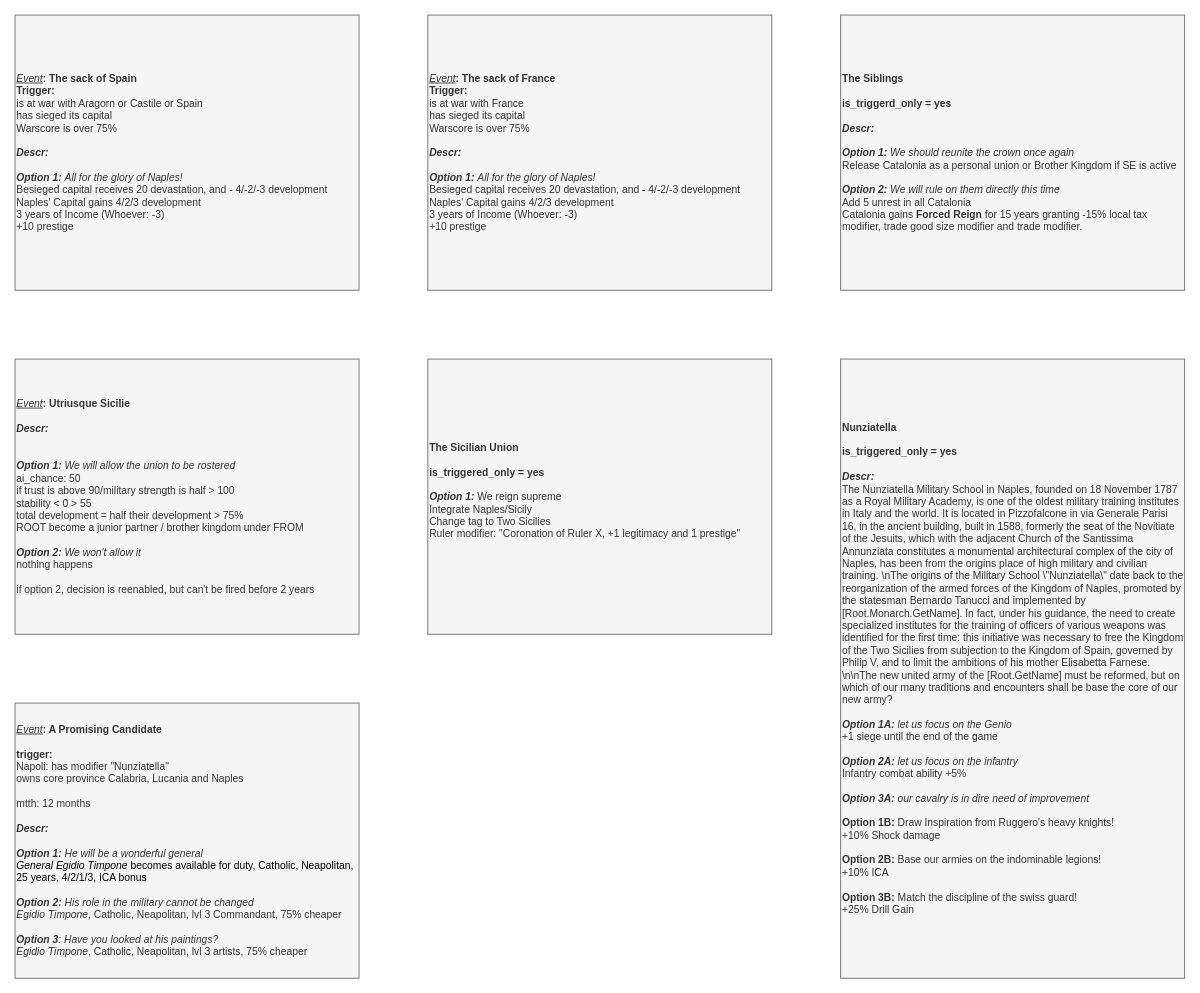
The draw.io diagram page "Event" (3 of 6) of It's Pizza and Cannoli Time/It's Pizza and Cannoli Time.drawio in Melvasul/Missions-Expanded, before the edit. Source tidied: cells renumbered, new cells numbered last; positions are measured from the earlier drawing's top-left corner, leaving out a move shared by most shapes. Both pictures are drawn from the tidied source at 86%, with x=0, y=0 at pixel (15, 15).
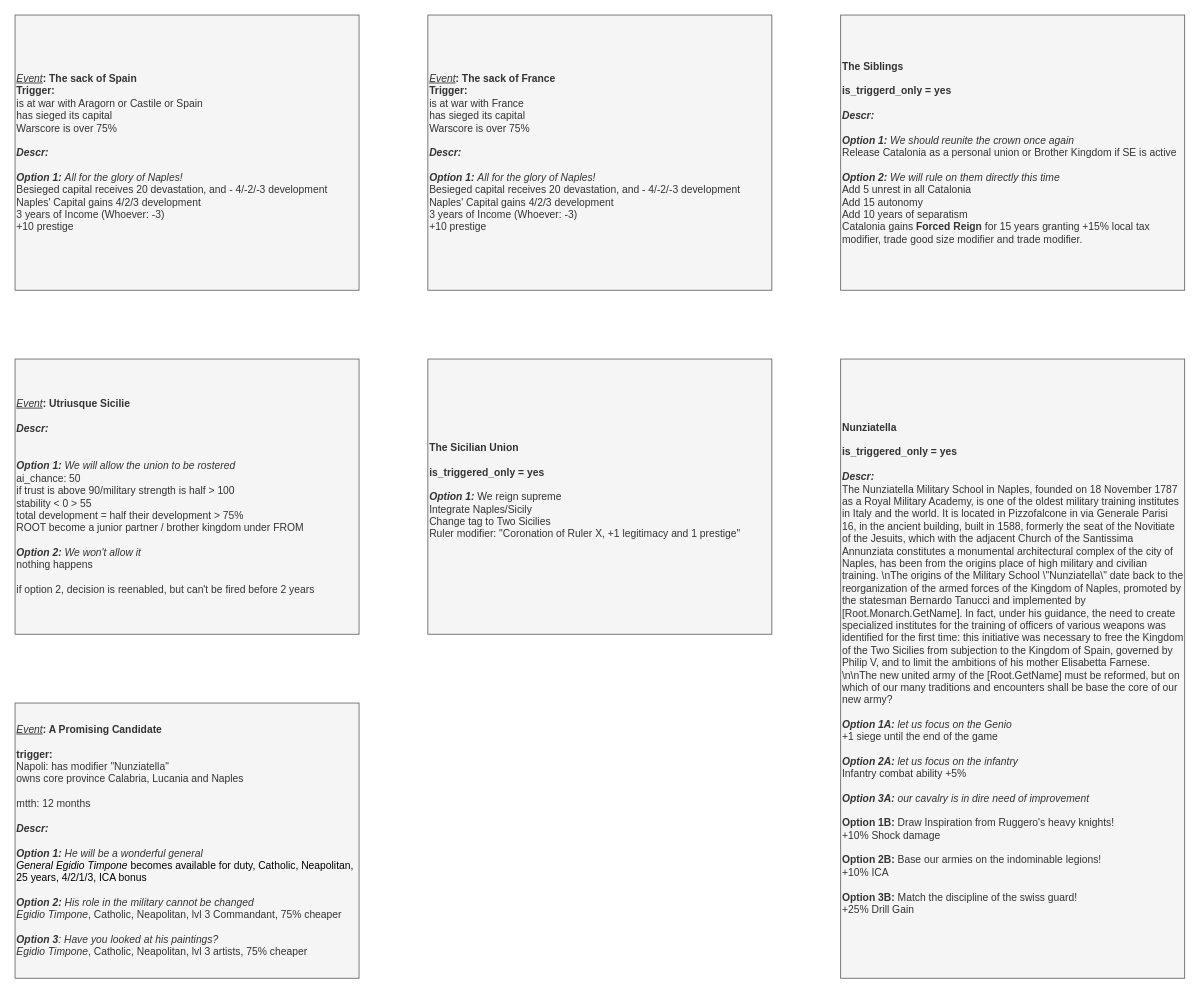
Above is the later version.

Change to the diagram source:
```diff
@@
 <mxGraphModel>
   <root>
     <mxCell id="0" />
     <mxCell id="1" parent="0" />
     <mxCell id="2" value="&lt;div style=&quot;font-size: 12px&quot;&gt;&lt;i style=&quot;font-size: 12px&quot;&gt;&lt;u style=&quot;font-size: 12px&quot;&gt;Event&lt;/u&gt;&lt;/i&gt;&lt;b style=&quot;font-size: 12px&quot;&gt;: Utriusque Sicilie&lt;/b&gt;&lt;/div&gt;&lt;div style=&quot;font-size: 12px&quot;&gt;&lt;b style=&quot;font-size: 12px&quot;&gt;&lt;br style=&quot;font-size: 12px&quot;&gt;&lt;/b&gt;&lt;/div&gt;&lt;div style=&quot;font-size: 12px&quot;&gt;&lt;font style=&quot;font-size: 12px&quot;&gt;&lt;div style=&quot;font-size: 12px&quot;&gt;&lt;b style=&quot;font-size: 12px&quot;&gt;&lt;i style=&quot;font-size: 12px&quot;&gt;Descr:&amp;nbsp;&lt;/i&gt;&lt;/b&gt;&lt;/div&gt;&lt;div style=&quot;font-size: 12px&quot;&gt;&lt;br&gt;&lt;/div&gt;&lt;div style=&quot;font-size: 12px&quot;&gt;&lt;br&gt;&lt;/div&gt;&lt;/font&gt;&lt;/div&gt;&lt;div style=&quot;font-size: 12px&quot;&gt;&lt;/div&gt;&lt;font style=&quot;font-size: 12px&quot;&gt;&lt;b style=&quot;font-size: 12px ; font-style: italic&quot;&gt;Option 1:&lt;/b&gt;&lt;span style=&quot;font-size: 12px ; font-style: italic&quot;&gt; &lt;/span&gt;&lt;i&gt;We will allow the union to be rostered&lt;br&gt;&lt;/i&gt;ai_chance: 50&lt;br&gt;if trust is above 90/military strength is half &amp;gt; 100&lt;br&gt;stability &amp;lt; 0 &amp;gt; 55&lt;br&gt;total development = half their development &amp;gt; 75%&lt;br&gt;ROOT become a junior partner / brother kingdom under FROM&lt;br&gt;&lt;br style=&quot;font-size: 12px&quot;&gt;&lt;span style=&quot;font-size: 12px&quot;&gt;&lt;i style=&quot;font-size: 12px&quot;&gt;&lt;b style=&quot;font-size: 12px&quot;&gt;Option 2:&lt;/b&gt;&amp;nbsp;&lt;/i&gt;&lt;span style=&quot;font-size: 12px&quot;&gt;&lt;i&gt;We won't allow it&lt;/i&gt;&lt;/span&gt;&lt;/span&gt;&lt;div style=&quot;font-size: 12px&quot;&gt;nothing happens&lt;/div&gt;&lt;div style=&quot;font-size: 12px&quot;&gt;&lt;br&gt;&lt;/div&gt;&lt;div style=&quot;font-size: 12px&quot;&gt;if option 2, decision is reenabled, but can't be fired before 2 years&lt;/div&gt;&lt;/font&gt;" style="rounded=0;whiteSpace=wrap;html=1;align=left;fontSize=12;fillColor=#f5f5f5;strokeColor=#666666;fontColor=#333333;" parent="1" vertex="1">
       <mxGeometry y="400" width="400" height="320" as="geometry" />
     </mxCell>
     <mxCell id="3" value="&lt;div style=&quot;font-size: 12px&quot;&gt;&lt;i style=&quot;font-size: 12px&quot;&gt;&lt;u style=&quot;font-size: 12px&quot;&gt;Event&lt;/u&gt;&lt;/i&gt;&lt;b style=&quot;font-size: 12px&quot;&gt;: A Promising Candidate&lt;/b&gt;&lt;/div&gt;&lt;div style=&quot;font-size: 12px&quot;&gt;&lt;b style=&quot;font-size: 12px&quot;&gt;&lt;br style=&quot;font-size: 12px&quot;&gt;&lt;/b&gt;&lt;/div&gt;&lt;div style=&quot;font-size: 12px&quot;&gt;&lt;span style=&quot;font-size: 12px&quot;&gt;&lt;b&gt;trigger:&lt;/b&gt;&amp;nbsp;&lt;/span&gt;&lt;/div&gt;&lt;div style=&quot;font-size: 12px&quot;&gt;&lt;span style=&quot;font-size: 12px&quot;&gt;Napoli: has modifier &quot;Nunziatella&quot;&lt;/span&gt;&lt;/div&gt;&lt;div style=&quot;font-size: 12px&quot;&gt;&lt;span style=&quot;font-size: 12px&quot;&gt;owns core province Calabria, Lucania and Naples&lt;/span&gt;&lt;/div&gt;&lt;div style=&quot;font-size: 12px&quot;&gt;&lt;span style=&quot;font-size: 12px&quot;&gt;&lt;br&gt;&lt;/span&gt;&lt;/div&gt;&lt;div style=&quot;font-size: 12px&quot;&gt;&lt;span style=&quot;font-size: 12px&quot;&gt;mtth: 12 months&lt;/span&gt;&lt;/div&gt;&lt;div style=&quot;font-size: 12px&quot;&gt;&lt;b style=&quot;font-size: 12px&quot;&gt;&lt;br&gt;&lt;/b&gt;&lt;/div&gt;&lt;div style=&quot;font-size: 12px&quot;&gt;&lt;font style=&quot;font-size: 12px&quot;&gt;&lt;div style=&quot;font-size: 12px&quot;&gt;&lt;b style=&quot;font-size: 12px&quot;&gt;&lt;i style=&quot;font-size: 12px&quot;&gt;Descr:&amp;nbsp;&lt;/i&gt;&lt;/b&gt;&lt;/div&gt;&lt;div style=&quot;font-size: 12px&quot;&gt;&lt;br&gt;&lt;/div&gt;&lt;/font&gt;&lt;/div&gt;&lt;div style=&quot;font-size: 12px&quot;&gt;&lt;/div&gt;&lt;font style=&quot;font-size: 12px&quot;&gt;&lt;b style=&quot;font-size: 12px ; font-style: italic&quot;&gt;Option 1:&lt;/b&gt;&lt;span style=&quot;font-size: 12px ; font-style: italic&quot;&gt;&amp;nbsp;He will be a wonderful general&lt;/span&gt;&lt;br class=&quot;Apple-interchange-newline&quot;&gt;&lt;i&gt;&lt;span style=&quot;color: rgb(0 , 0 , 0)&quot;&gt;General&amp;nbsp;&lt;/span&gt;&lt;span style=&quot;color: rgb(0 , 0 , 0)&quot;&gt;Egidio Timpone&lt;/span&gt;&lt;/i&gt;&lt;span style=&quot;color: rgb(0 , 0 , 0)&quot;&gt;&amp;nbsp;becomes available for duty, Catholic, Neapolitan, 25 years, 4/2/1/3, ICA bonus&lt;/span&gt;&lt;br&gt;&lt;br style=&quot;font-size: 12px&quot;&gt;&lt;span style=&quot;font-size: 12px&quot;&gt;&lt;span style=&quot;font-size: 12px&quot;&gt;&lt;b style=&quot;font-style: italic ; font-size: 12px&quot;&gt;Option 2:&lt;/b&gt;&lt;i&gt;&amp;nbsp;His role in the military cannot be changed&lt;/i&gt;&lt;br&gt;&lt;i&gt;Egidio Timpone&lt;/i&gt;, Catholic, Neapolitan, lvl 3 Commandant, 75% cheaper&lt;br&gt;&lt;br&gt;&lt;b style=&quot;font-style: italic&quot;&gt;Option 3&lt;/b&gt;&lt;i&gt;: Have you looked at his paintings?&lt;/i&gt;&lt;br&gt;&lt;i&gt;Egidio Timpone&lt;/i&gt;, Catholic, Neapolitan, lvl 3 artists, 75% cheaper&lt;br&gt;&lt;/span&gt;&lt;/span&gt;&lt;/font&gt;" style="rounded=0;whiteSpace=wrap;html=1;align=left;fontSize=12;fillColor=#f5f5f5;strokeColor=#666666;fontColor=#333333;" parent="1" vertex="1">
       <mxGeometry y="800" width="400" height="320" as="geometry" />
     </mxCell>
     <mxCell id="4" value="&lt;div style=&quot;font-size: 12px&quot;&gt;&lt;b&gt;Nunziatella&lt;/b&gt;&lt;/div&gt;&lt;div style=&quot;font-size: 12px&quot;&gt;&lt;br&gt;&lt;/div&gt;&lt;div style=&quot;font-size: 12px&quot;&gt;&lt;b&gt;is_triggered_only = yes&lt;/b&gt;&lt;/div&gt;&lt;div style=&quot;font-size: 12px&quot;&gt;&lt;b&gt;&lt;br&gt;&lt;/b&gt;&lt;/div&gt;&lt;div&gt;&lt;font&gt;&lt;div style=&quot;font-size: 12px&quot;&gt;&lt;b style=&quot;font-size: 12px&quot;&gt;&lt;i style=&quot;font-size: 12px&quot;&gt;Descr:&lt;/i&gt;&lt;/b&gt;&lt;/div&gt;&lt;div&gt;The Nunziatella Military School in Naples, founded on 18 November 1787 as a Royal Military Academy, is one of the oldest military training institutes in Italy and the world. It is located in Pizzofalcone in via Generale Parisi 16, in the ancient building, built in 1588, formerly the seat of the Novitiate of the Jesuits, which with the adjacent Church of the Santissima Annunziata constitutes a monumental architectural complex of the city of Naples, has been from the origins place of high military and civilian training. \n&lt;span&gt;The origins of the Military School \&quot;Nunziatella\&quot; date back to the reorganization of the armed forces of the Kingdom of Naples, promoted by the statesman Bernardo Tanucci and implemented by [Root.Monarch.GetName]. In fact, under his guidance, the need to create specialized institutes for the training of officers of various weapons was identified for the first time: this initiative was necessary to free the Kingdom of the Two Sicilies from subjection to the Kingdom of Spain, governed by Philip V, and to limit the ambitions of his mother Elisabetta Farnese. \n\n&lt;/span&gt;&lt;span&gt;The new united army of the [Root.GetName] must be reformed, but on which of our many traditions and encounters shall be base the core of our new army?&lt;/span&gt;&lt;/div&gt;&lt;div&gt;&lt;span&gt;&lt;br&gt;&lt;/span&gt;&lt;/div&gt;&lt;div&gt;&lt;b&gt;&lt;i&gt;Option 1A:&lt;/i&gt;&lt;/b&gt;&lt;i&gt;&amp;nbsp;let us focus on the Genio&lt;/i&gt;&lt;br&gt;+1 siege until the end of the game&lt;br&gt;&lt;br&gt;&lt;i&gt;&lt;b&gt;Option 2A:&amp;nbsp;&lt;/b&gt;let us focus on the infantry&lt;/i&gt;&lt;br&gt;Infantry combat ability +5%&lt;br&gt;&lt;br&gt;&lt;i&gt;&lt;b&gt;Option 3A:&lt;/b&gt;&amp;nbsp;our cavalry is in dire need of improvement&lt;/i&gt;&lt;span&gt;&lt;br&gt;&lt;/span&gt;&lt;/div&gt;&lt;div style=&quot;font-size: 12px&quot;&gt;&lt;/div&gt;&lt;/font&gt;&lt;/div&gt;&lt;font&gt;&lt;br&gt;&lt;b&gt;Option 1B: &lt;/b&gt;Draw Inspiration from Ruggero's heavy knights!&lt;br&gt;+10% Shock damage&lt;br&gt;&lt;br&gt;&lt;b&gt;Option 2B: &lt;/b&gt;Base our armies on the indominable legions!&lt;br&gt;+10% ICA&lt;br&gt;&lt;br&gt;&lt;b&gt;Option 3B: &lt;/b&gt;Match the discipline of the swiss guard!&lt;br&gt;+25% Drill Gain&lt;b&gt;&amp;nbsp;&lt;/b&gt;&lt;span style=&quot;color: rgba(0 , 0 , 0 , 0) ; font-family: monospace ; font-size: 0px&quot;&gt;%3CmxGraphModel%3E%3Croot%3E%3CmxCell%20id%3D%220%22%2F%3E%3CmxCell%20id%3D%221%22%20parent%3D%220%22%2F%3E%3CmxCell%20id%3D%222%22%20value%3D%22%26lt%3Bdiv%20style%3D%26quot%3Bfont-size%3A%2012px%26quot%3B%26gt%3B%26lt%3Bb%26gt%3BNunziatella%26lt%3B%2Fb%26gt%3B%26lt%3B%2Fdiv%26gt%3B%26lt%3Bdiv%20style%3D%26quot%3Bfont-size%3A%2012px%26quot%3B%26gt%3B%26lt%3Bb%26gt%3B%26lt%3Bbr%26gt%3B%26lt%3B%2Fb%26gt%3B%26lt%3B%2Fdiv%26gt%3B%26lt%3Bdiv%20style%3D%26quot%3Bfont-size%3A%2012px%26quot%3B%26gt%3B%26lt%3Bb%26gt%3Bpotential%3A%26lt%3B%2Fb%26gt%3B%26lt%3B%2Fdiv%26gt%3B%26lt%3Bdiv%20style%3D%26quot%3Bfont-size%3A%2012px%26quot%3B%26gt%3BIs%20the%20TTS%26lt%3B%2Fdiv%26gt%3B%26lt%3Bdiv%20style%3D%26quot%3Bfont-size%3A%2012px%26quot%3B%26gt%3Bcompleted%20mission%3A%20Military%20Reforms%26lt%3B%2Fdiv%26gt%3B%26lt%3Bdiv%20style%3D%26quot%3Bfont-size%3A%2012px%26quot%3B%26gt%3B%26lt%3Bb%26gt%3B%26lt%3Bbr%26gt%3B%26lt%3B%2Fb%26gt%3B%26lt%3B%2Fdiv%26gt%3B%26lt%3Bdiv%20style%3D%26quot%3Bfont-size%3A%2012px%26quot%3B%26gt%3B%26lt%3Bb%26gt%3BAllow%3A%26lt%3B%2Fb%26gt%3B%26lt%3B%2Fdiv%26gt%3B%26lt%3Bdiv%20style%3D%26quot%3Bfont-size%3A%2012px%26quot%3B%26gt%3B%26lt%3Bbr%26gt%3B%26lt%3B%2Fdiv%26gt%3B%26lt%3Bdiv%20style%3D%26quot%3Bfont-size%3A%2012px%26quot%3B%26gt%3B%26lt%3Bb%26gt%3B%26lt%3Bbr%26gt%3B%26lt%3B%2Fb%26gt%3B%26lt%3B%2Fdiv%26gt%3B%26lt%3Bdiv%26gt%3B%26lt%3Bfont%26gt%3B%26lt%3Bdiv%20style%3D%26quot%3Bfont-size%3A%2012px%26quot%3B%26gt%3B%26lt%3Bb%20style%3D%26quot%3Bfont-size%3A%2012px%26quot%3B%26gt%3B%26lt%3Bi%20style%3D%26quot%3Bfont-size%3A%2012px%26quot%3B%26gt%3BDescr%3A%26amp%3Bnbsp%3B%26lt%3B%2Fi%26gt%3B%26lt%3B%2Fb%26gt%3B%26lt%3B%2Fdiv%26gt%3B%26lt%3Bdiv%20style%3D%26quot%3Bfont-size%3A%2012px%26quot%3B%26gt%3B%26lt%3B%2Fdiv%26gt%3B%26lt%3B%2Ffont%26gt%3B%26lt%3B%2Fdiv%26gt%3B%26lt%3Bfont%26gt%3B%26lt%3Bbr%26gt%3B%26lt%3B%2Ffont%26gt%3B%22%20style%3D%22rounded%3D0%3BwhiteSpace%3Dwrap%3Bhtml%3D1%3Balign%3Dleft%3BfontSize%3D12%3BfillColor%3D%23f5f5f5%3BstrokeColor%3D%23666666%3BfontColor%3D%23333333%3BfontFamily%3DHelvetica%3B%22%20vertex%3D%221%22%20parent%3D%221%22%3E%3CmxGeometry%20x%3D%22480%22%20width%3D%22400%22%20height%3D%22320%22%20as%3D%22geometry%22%2F%3E%3C%2FmxCell%3E%3C%2Froot%3E%3C%2FmxGraphModel%3E&lt;b&gt;Lo&lt;/b&gt;&lt;/span&gt;&lt;br&gt;&lt;/font&gt;" style="rounded=0;whiteSpace=wrap;html=1;align=left;fontSize=12;fillColor=#f5f5f5;strokeColor=#666666;fontColor=#333333;fontFamily=Helvetica;" parent="1" vertex="1">
       <mxGeometry x="960" y="400" width="400" height="720" as="geometry" />
     </mxCell>
     <mxCell id="5" value="&lt;div style=&quot;font-size: 12px&quot;&gt;&lt;/div&gt;&lt;font&gt;&lt;b&gt;The Sicilian Union&lt;br&gt;&lt;/b&gt;&lt;br&gt;&lt;b&gt;is_triggered_only = yes&lt;/b&gt;&lt;br&gt;&lt;br&gt;&lt;i style=&quot;font-weight: bold&quot;&gt;Option 1:&lt;/i&gt;&amp;nbsp;We reign supreme&lt;br&gt;Integrate Naples/Sicily&lt;br&gt;Change tag to Two Sicilies&lt;br&gt;Ruler modifier: &quot;Coronation of Ruler X, +1 legitimacy and 1 prestige&quot;&lt;br&gt;&lt;br&gt;&lt;/font&gt;" style="rounded=0;whiteSpace=wrap;html=1;align=left;fontSize=12;fillColor=#f5f5f5;strokeColor=#666666;fontColor=#333333;fontFamily=Helvetica;" parent="1" vertex="1">
       <mxGeometry x="480" y="400" width="400" height="320" as="geometry" />
     </mxCell>
     <mxCell id="6" value="&lt;div style=&quot;font-size: 12px;&quot;&gt;&lt;i style=&quot;font-size: 12px;&quot;&gt;&lt;u style=&quot;font-size: 12px;&quot;&gt;Event&lt;/u&gt;&lt;/i&gt;&lt;b style=&quot;font-size: 12px;&quot;&gt;: The sack of Spain&lt;/b&gt;&lt;/div&gt;&lt;div style=&quot;font-size: 12px;&quot;&gt;&lt;b style=&quot;font-size: 12px;&quot;&gt;Trigger:&lt;/b&gt;&lt;br style=&quot;font-size: 12px;&quot;&gt;&lt;/div&gt;&lt;div style=&quot;font-size: 12px;&quot;&gt;is at war with Aragorn or Castile or Spain&lt;/div&gt;&lt;div style=&quot;font-size: 12px;&quot;&gt;has sieged its capital&lt;/div&gt;&lt;div style=&quot;font-size: 12px;&quot;&gt;Warscore is over 75%&amp;nbsp;&lt;/div&gt;&lt;div style=&quot;font-size: 12px;&quot;&gt;&lt;b style=&quot;font-size: 12px;&quot;&gt;&lt;br style=&quot;font-size: 12px;&quot;&gt;&lt;/b&gt;&lt;/div&gt;&lt;div style=&quot;font-size: 12px;&quot;&gt;&lt;font style=&quot;font-size: 12px;&quot;&gt;&lt;div style=&quot;font-size: 12px;&quot;&gt;&lt;b style=&quot;font-size: 12px;&quot;&gt;&lt;i style=&quot;font-size: 12px;&quot;&gt;Descr:&amp;nbsp;&lt;/i&gt;&lt;/b&gt;&lt;/div&gt;&lt;div style=&quot;font-size: 12px;&quot;&gt;&lt;b style=&quot;font-size: 12px;&quot;&gt;&lt;i style=&quot;font-size: 12px;&quot;&gt;&lt;br style=&quot;font-size: 12px;&quot;&gt;&lt;/i&gt;&lt;/b&gt;&lt;/div&gt;&lt;/font&gt;&lt;/div&gt;&lt;div style=&quot;font-size: 12px;&quot;&gt;&lt;/div&gt;&lt;font style=&quot;font-size: 12px;&quot;&gt;&lt;b style=&quot;font-style: italic; font-size: 12px;&quot;&gt;Option 1:&lt;/b&gt;&lt;span style=&quot;font-style: italic; font-size: 12px;&quot;&gt;&amp;nbsp;All for the glory of Naples!&lt;/span&gt;&lt;br style=&quot;font-size: 12px;&quot;&gt;&lt;span style=&quot;font-size: 12px;&quot;&gt;Besieged capital receives 20 devastation, and - 4/-2/-3 development Naples' Capital gains 4/2/3 development&lt;/span&gt;&lt;br style=&quot;font-size: 12px;&quot;&gt;&lt;span style=&quot;font-size: 12px;&quot;&gt;3 years of Income (Whoever: -3)&lt;/span&gt;&lt;br style=&quot;font-size: 12px;&quot;&gt;&lt;span style=&quot;font-size: 12px;&quot;&gt;+10 prestige&lt;/span&gt;&lt;span style=&quot;font-size: 12px;&quot;&gt;&lt;br style=&quot;font-size: 12px;&quot;&gt;&lt;/span&gt;&lt;/font&gt;" style="rounded=0;whiteSpace=wrap;html=1;align=left;fontSize=12;fillColor=#f5f5f5;strokeColor=#666666;fontColor=#333333;" parent="1" vertex="1">
       <mxGeometry width="400" height="320" as="geometry" />
     </mxCell>
-    <mxCell id="7" value="&lt;div style=&quot;font-size: 12px&quot;&gt;&lt;b style=&quot;font-size: 12px&quot;&gt;The Siblings&lt;/b&gt;&lt;/div&gt;&lt;div style=&quot;font-size: 12px&quot;&gt;&lt;br style=&quot;font-size: 12px&quot;&gt;&lt;/div&gt;&lt;div style=&quot;font-size: 12px&quot;&gt;&lt;b style=&quot;font-size: 12px&quot;&gt;is_triggerd_only = yes&lt;/b&gt;&lt;/div&gt;&lt;div style=&quot;font-size: 12px&quot;&gt;&lt;b style=&quot;font-size: 12px&quot;&gt;&lt;br style=&quot;font-size: 12px&quot;&gt;&lt;/b&gt;&lt;/div&gt;&lt;div style=&quot;font-size: 12px&quot;&gt;&lt;font style=&quot;font-size: 12px&quot;&gt;&lt;div style=&quot;font-size: 12px&quot;&gt;&lt;b style=&quot;font-size: 12px&quot;&gt;&lt;i style=&quot;font-size: 12px&quot;&gt;Descr:&amp;nbsp;&lt;/i&gt;&lt;/b&gt;&lt;/div&gt;&lt;div style=&quot;font-size: 12px&quot;&gt;&lt;b style=&quot;font-size: 12px&quot;&gt;&lt;i style=&quot;font-size: 12px&quot;&gt;&lt;br style=&quot;font-size: 12px&quot;&gt;&lt;/i&gt;&lt;/b&gt;&lt;/div&gt;&lt;/font&gt;&lt;/div&gt;&lt;div style=&quot;font-size: 12px&quot;&gt;&lt;/div&gt;&lt;font style=&quot;font-size: 12px&quot;&gt;&lt;b style=&quot;font-size: 12px ; font-style: italic&quot;&gt;Option 1:&lt;/b&gt;&lt;span style=&quot;font-size: 12px ; font-style: italic&quot;&gt;&amp;nbsp;We should reunite the crown once again&lt;br style=&quot;font-size: 12px&quot;&gt;&lt;/span&gt;&lt;span style=&quot;font-size: 12px&quot;&gt;Release Catalonia as a personal union or Brother Kingdom if SE is active&lt;br style=&quot;font-size: 12px&quot;&gt;&lt;br style=&quot;font-size: 12px&quot;&gt;&lt;i style=&quot;font-size: 12px&quot;&gt;&lt;b style=&quot;font-size: 12px&quot;&gt;Option 2:&lt;/b&gt;&amp;nbsp;We will rule on them directly this time&lt;br style=&quot;font-size: 12px&quot;&gt;&lt;/i&gt;Add 5 unrest in all Catalonia&lt;br style=&quot;font-size: 12px&quot;&gt;Catalonia gains &lt;b style=&quot;font-size: 12px&quot;&gt;Forced Reign&lt;/b&gt;&amp;nbsp;for 15 years granting -15% local tax modifier, trade good size modifier and trade modifier.&lt;br style=&quot;font-size: 12px&quot;&gt;&lt;/span&gt;&lt;/font&gt;" style="rounded=0;whiteSpace=wrap;html=1;align=left;fontSize=12;fillColor=#f5f5f5;strokeColor=#666666;fontColor=#333333;" parent="1" vertex="1">
+    <mxCell id="7" value="&lt;div style=&quot;font-size: 12px&quot;&gt;&lt;b style=&quot;font-size: 12px&quot;&gt;The Siblings&lt;/b&gt;&lt;/div&gt;&lt;div style=&quot;font-size: 12px&quot;&gt;&lt;br style=&quot;font-size: 12px&quot;&gt;&lt;/div&gt;&lt;div style=&quot;font-size: 12px&quot;&gt;&lt;b style=&quot;font-size: 12px&quot;&gt;is_triggerd_only = yes&lt;/b&gt;&lt;/div&gt;&lt;div style=&quot;font-size: 12px&quot;&gt;&lt;b style=&quot;font-size: 12px&quot;&gt;&lt;br style=&quot;font-size: 12px&quot;&gt;&lt;/b&gt;&lt;/div&gt;&lt;div style=&quot;font-size: 12px&quot;&gt;&lt;font style=&quot;font-size: 12px&quot;&gt;&lt;div style=&quot;font-size: 12px&quot;&gt;&lt;b style=&quot;font-size: 12px&quot;&gt;&lt;i style=&quot;font-size: 12px&quot;&gt;Descr:&amp;nbsp;&lt;/i&gt;&lt;/b&gt;&lt;/div&gt;&lt;div style=&quot;font-size: 12px&quot;&gt;&lt;b style=&quot;font-size: 12px&quot;&gt;&lt;i style=&quot;font-size: 12px&quot;&gt;&lt;br style=&quot;font-size: 12px&quot;&gt;&lt;/i&gt;&lt;/b&gt;&lt;/div&gt;&lt;/font&gt;&lt;/div&gt;&lt;div style=&quot;font-size: 12px&quot;&gt;&lt;/div&gt;&lt;font style=&quot;font-size: 12px&quot;&gt;&lt;b style=&quot;font-size: 12px ; font-style: italic&quot;&gt;Option 1:&lt;/b&gt;&lt;span style=&quot;font-size: 12px ; font-style: italic&quot;&gt;&amp;nbsp;We should reunite the crown once again&lt;br style=&quot;font-size: 12px&quot;&gt;&lt;/span&gt;&lt;span style=&quot;font-size: 12px&quot;&gt;Release Catalonia as a personal union or Brother Kingdom if SE is active&lt;br style=&quot;font-size: 12px&quot;&gt;&lt;br style=&quot;font-size: 12px&quot;&gt;&lt;i style=&quot;font-size: 12px&quot;&gt;&lt;b style=&quot;font-size: 12px&quot;&gt;Option 2:&lt;/b&gt;&amp;nbsp;We will rule on them directly this time&lt;br style=&quot;font-size: 12px&quot;&gt;&lt;/i&gt;Add 5 unrest in all Catalonia&lt;br&gt;Add 15 autonomy&lt;br&gt;Add 10 years of separatism&lt;br style=&quot;font-size: 12px&quot;&gt;Catalonia gains &lt;b style=&quot;font-size: 12px&quot;&gt;Forced Reign&lt;/b&gt;&amp;nbsp;for 15 years granting +15% local tax modifier, trade good size modifier and trade modifier.&lt;br style=&quot;font-size: 12px&quot;&gt;&lt;/span&gt;&lt;/font&gt;" style="rounded=0;whiteSpace=wrap;html=1;align=left;fontSize=12;fillColor=#f5f5f5;strokeColor=#666666;fontColor=#333333;" parent="1" vertex="1">
       <mxGeometry x="960" width="400" height="320" as="geometry" />
     </mxCell>
     <mxCell id="8" value="&lt;div style=&quot;font-size: 12px;&quot;&gt;&lt;i style=&quot;font-size: 12px;&quot;&gt;&lt;u style=&quot;font-size: 12px;&quot;&gt;Event&lt;/u&gt;&lt;/i&gt;&lt;b style=&quot;font-size: 12px;&quot;&gt;: The sack of France&lt;/b&gt;&lt;/div&gt;&lt;div style=&quot;font-size: 12px;&quot;&gt;&lt;b style=&quot;font-size: 12px;&quot;&gt;Trigger:&lt;/b&gt;&lt;br style=&quot;font-size: 12px;&quot;&gt;&lt;/div&gt;&lt;div style=&quot;font-size: 12px;&quot;&gt;is at war with France&lt;/div&gt;&lt;div style=&quot;font-size: 12px;&quot;&gt;has sieged its capital&lt;/div&gt;&lt;div style=&quot;font-size: 12px;&quot;&gt;Warscore is over 75%&amp;nbsp;&lt;/div&gt;&lt;div style=&quot;font-size: 12px;&quot;&gt;&lt;b style=&quot;font-size: 12px;&quot;&gt;&lt;br style=&quot;font-size: 12px;&quot;&gt;&lt;/b&gt;&lt;/div&gt;&lt;div style=&quot;font-size: 12px;&quot;&gt;&lt;font style=&quot;font-size: 12px;&quot;&gt;&lt;div style=&quot;font-size: 12px;&quot;&gt;&lt;b style=&quot;font-size: 12px;&quot;&gt;&lt;i style=&quot;font-size: 12px;&quot;&gt;Descr:&amp;nbsp;&lt;/i&gt;&lt;/b&gt;&lt;/div&gt;&lt;div style=&quot;font-size: 12px;&quot;&gt;&lt;b style=&quot;font-size: 12px;&quot;&gt;&lt;i style=&quot;font-size: 12px;&quot;&gt;&lt;br style=&quot;font-size: 12px;&quot;&gt;&lt;/i&gt;&lt;/b&gt;&lt;/div&gt;&lt;/font&gt;&lt;/div&gt;&lt;div style=&quot;font-size: 12px;&quot;&gt;&lt;/div&gt;&lt;font style=&quot;font-size: 12px;&quot;&gt;&lt;b style=&quot;font-style: italic; font-size: 12px;&quot;&gt;Option 1:&lt;/b&gt;&lt;span style=&quot;font-style: italic; font-size: 12px;&quot;&gt;&amp;nbsp;All for the glory of Naples!&lt;/span&gt;&lt;br style=&quot;font-size: 12px;&quot;&gt;Besieged capital receives 20 devastation, and - 4/-2/-3 development Naples' Capital gains 4/2/3 development&lt;br style=&quot;font-size: 12px;&quot;&gt;3 years of Income (Whoever: -3)&lt;br style=&quot;font-size: 12px;&quot;&gt;+10 prestige&lt;span style=&quot;font-size: 12px;&quot;&gt;&lt;br style=&quot;font-size: 12px;&quot;&gt;&lt;/span&gt;&lt;/font&gt;" style="rounded=0;whiteSpace=wrap;html=1;align=left;fontSize=12;fillColor=#f5f5f5;strokeColor=#666666;fontColor=#333333;" parent="1" vertex="1">
       <mxGeometry x="480" width="400" height="320" as="geometry" />
     </mxCell>
   </root>
 </mxGraphModel>
```
